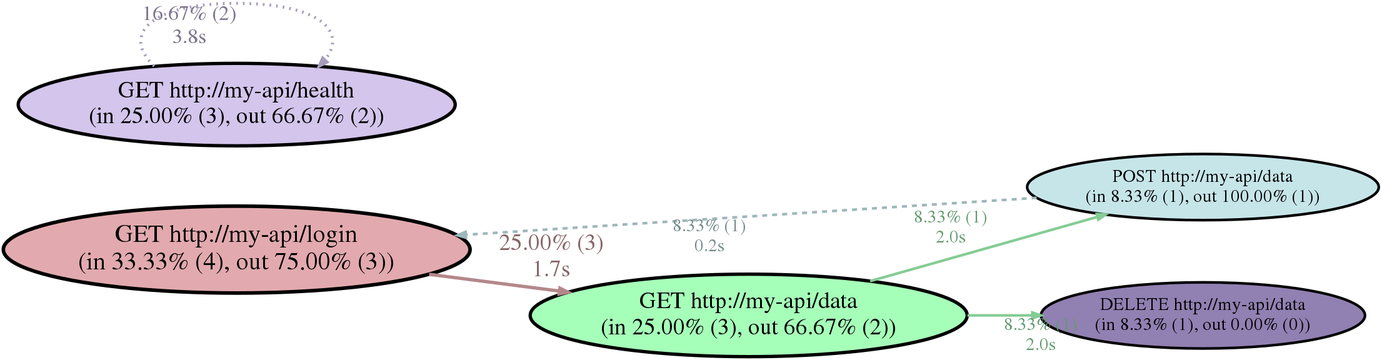
Earlier version of the Graphviz export examples/simple.png (tkriik/apathy). Its source is kept beside it as examples/simple.dot.
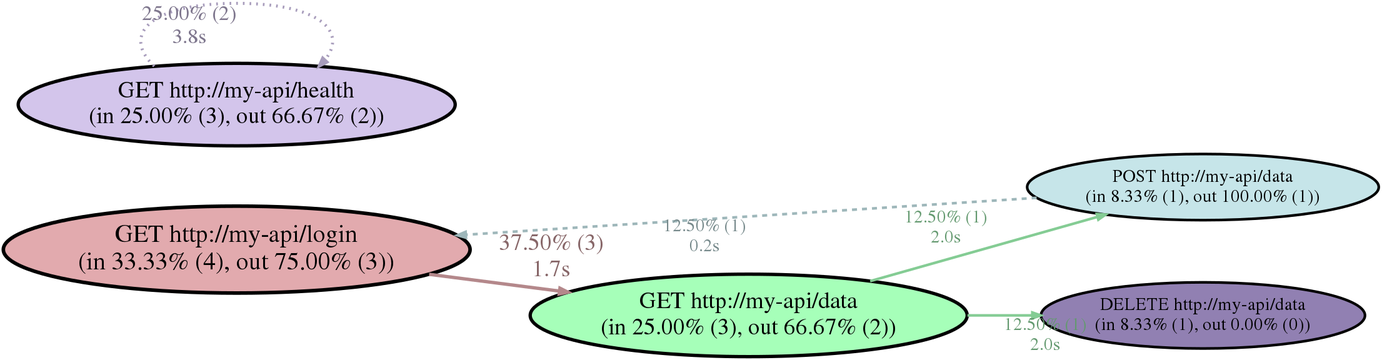
The same file after the commit.

Change to the diagram source:
```diff
@@ -20,9 +20,9 @@
         r4 [label="DELETE http://my-api/data\n(in 8.33% (1), out 0.00% (0))", fontsize=22, style=filled, fillcolor="#9180b2", penwidth=3.154701];
     }
 
-    r0 -> r2 [xlabel="25.00% (3)\n1.7s", fontsize=28, style="solid", color="#b4888b", fontcolor="#876668", penwidth=4.000000];
-    r1 -> r1 [xlabel="16.67% (2)\n3.8s", fontsize=25, style="dotted", color="#a89dbc", fontcolor="#7e768d", penwidth=3.632993];
-    r2 -> r3 [xlabel="8.33% (1)\n2.0s", fontsize=22, style="solid", color="#84cc94", fontcolor="#63996f", penwidth=3.154701];
-    r2 -> r4 [xlabel="8.33% (1)\n2.0s", fontsize=22, style="solid", color="#84cc94", fontcolor="#63996f", penwidth=3.154701];
-    r3 -> r0 [xlabel="8.33% (1)\n0.2s", fontsize=22, style="dashed", color="#9eb7ba", fontcolor="#76898b", penwidth=3.154701];
+    r0 -> r2 [xlabel="37.50% (3)\n1.7s", fontsize=28, style="solid", color="#b4888b", fontcolor="#876668", penwidth=4.000000];
+    r1 -> r1 [xlabel="25.00% (2)\n3.8s", fontsize=25, style="dotted", color="#a89dbc", fontcolor="#7e768d", penwidth=3.632993];
+    r2 -> r3 [xlabel="12.50% (1)\n2.0s", fontsize=22, style="solid", color="#84cc94", fontcolor="#63996f", penwidth=3.154701];
+    r2 -> r4 [xlabel="12.50% (1)\n2.0s", fontsize=22, style="solid", color="#84cc94", fontcolor="#63996f", penwidth=3.154701];
+    r3 -> r0 [xlabel="12.50% (1)\n0.2s", fontsize=22, style="dashed", color="#9eb7ba", fontcolor="#76898b", penwidth=3.154701];
 }
```
